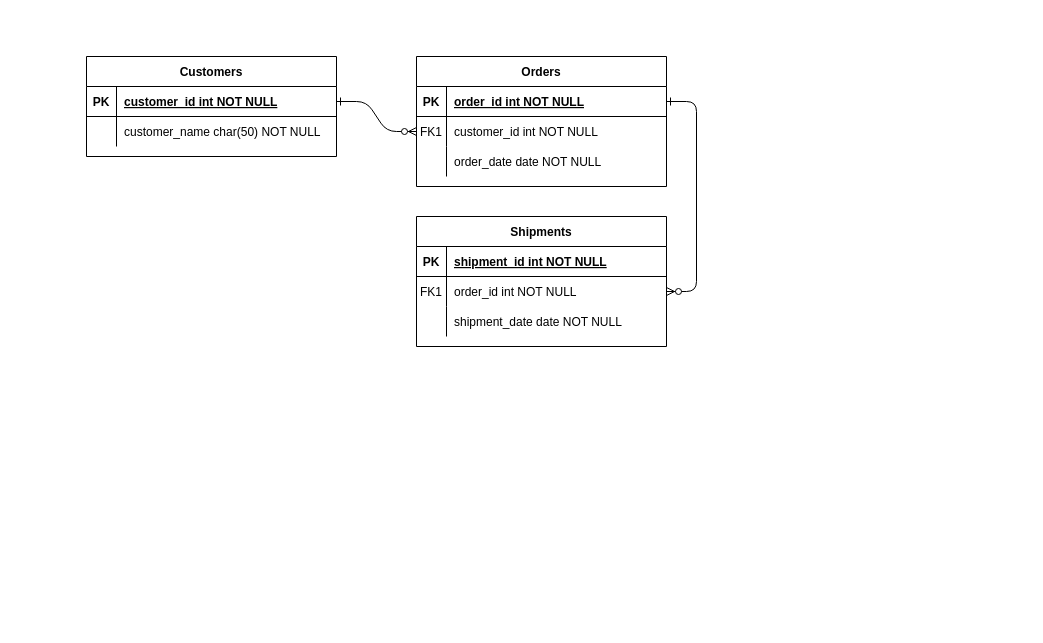
Above: Untitled Diagram.drawio in dsnqHuy/markdown-cheatsheet (draw.io), before the change. Source tidied: cells renumbered, new cells numbered last; positions are measured from the earlier drawing's top-left corner, leaving out a move shared by most shapes. Both pictures are drawn from the tidied source at 100%, with x=0, y=0 at pixel (86, 56).
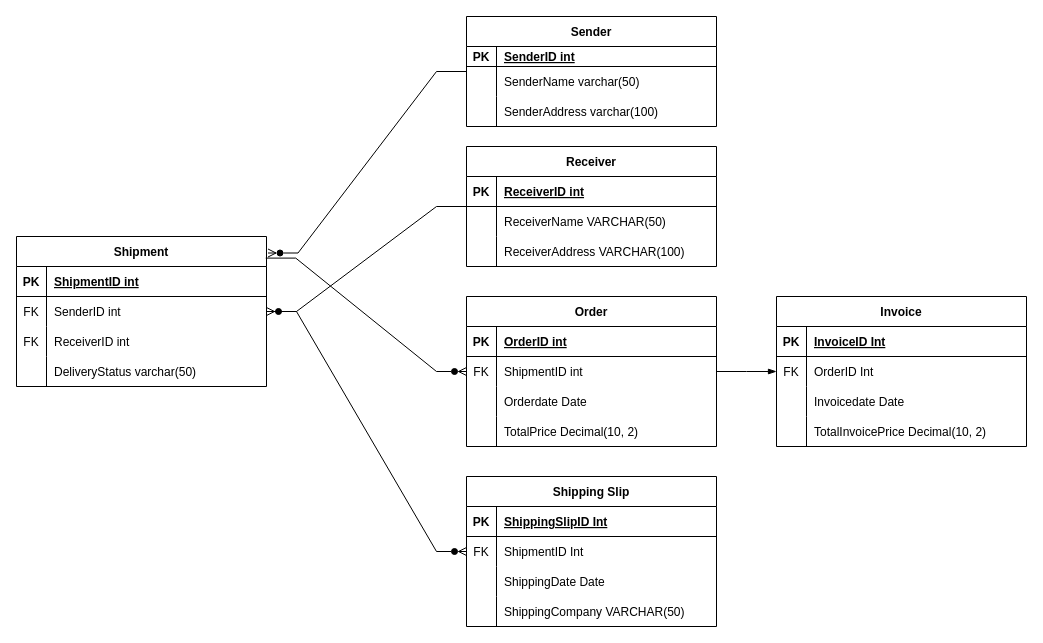
The same diagram, later.

Unchanged cells that the change refers to:
```xml
<mxCell id="15" style="shape=partialRectangle;fillColor=none;top=0;left=0;right=0;bottom=1;" parent="14" vertex="1">
  <mxGeometry y="30" width="250" height="30" as="geometry" />
</mxCell>
<mxCell id="18" style="shape=partialRectangle;fillColor=none;points=[[0,0.5],[1,0.5]];portConstraint=eastwest;top=0;left=0;right=0;bottom=0;" parent="14" vertex="1">
  <mxGeometry y="60" width="250" height="30" as="geometry" />
</mxCell>
<mxCell id="21" style="shape=partialRectangle;fillColor=none;top=0;left=0;right=0;bottom=0;" parent="14" vertex="1">
  <mxGeometry y="90" width="250" height="30" as="geometry" />
</mxCell>
<mxCell id="25" style="shape=partialRectangle;fillColor=none;points=[[0,0.5],[1,0.5]];portConstraint=eastwest;top=0;left=0;right=0;bottom=1;" parent="24" vertex="1">
  <mxGeometry y="30" width="250" height="30" as="geometry" />
</mxCell>
<mxCell id="28" style="shape=partialRectangle;fillColor=none;top=0;left=0;right=0;bottom=0;" parent="24" vertex="1">
  <mxGeometry y="60" width="250" height="30" as="geometry" />
</mxCell>
```

The edit, as a diff of the source:
```diff
@@
-    <mxCell id="2" style="edgeStyle=entityRelationEdgeStyle;endArrow=ERzeroToMany;startArrow=ERone;endFill=1;startFill=0;" parent="1" edge="1" source="25" target="8">
-      <mxGeometry relative="1" as="geometry" />
-    </mxCell>
-    <mxCell id="3" style="edgeStyle=entityRelationEdgeStyle;endArrow=ERzeroToMany;startArrow=ERone;endFill=1;startFill=0;" parent="1" edge="1" source="5" target="18">
-      <mxGeometry relative="1" as="geometry" />
-    </mxCell>
-    <mxCell id="4" value="Orders" style="shape=table;startSize=30;childLayout=tableLayout;rowLines=0;fontStyle=1;align=center;" parent="1" vertex="1">
-      <mxGeometry x="330" width="250" height="130" as="geometry" />
+    <mxCell id="4" value="Sender" style="shape=table;startSize=30;childLayout=tableLayout;rowLines=0;fontStyle=1;align=center;" parent="1" vertex="1">
+      <mxGeometry x="380" y="-40" width="250" height="110" as="geometry" />
     </mxCell>
     <mxCell id="5" style="shape=partialRectangle;fillColor=none;points=[[0,0.5],[1,0.5]];portConstraint=eastwest;top=0;left=0;right=0;bottom=1;" parent="4" vertex="1">
-      <mxGeometry y="30" width="250" height="30" as="geometry" />
+      <mxGeometry y="30" width="250" height="20" as="geometry" />
     </mxCell>
     <mxCell id="6" value="PK" style="shape=partialRectangle;overflow=hidden;fillColor=none;top=0;left=0;bottom=0;right=0;fontStyle=1;" parent="5" vertex="1">
-      <mxGeometry width="30" height="30" as="geometry" />
+      <mxGeometry width="30" height="20" as="geometry" />
     </mxCell>
-    <mxCell id="7" value="order_id int NOT NULL " style="shape=partialRectangle;overflow=hidden;fillColor=none;top=0;left=0;bottom=0;right=0;align=left;spacingLeft=6;fontStyle=5;" parent="5" vertex="1">
-      <mxGeometry x="30" width="220" height="30" as="geometry" />
+    <mxCell id="7" value="SenderID int" style="shape=partialRectangle;overflow=hidden;fillColor=none;top=0;left=0;bottom=0;right=0;align=left;spacingLeft=6;fontStyle=5;" parent="5" vertex="1">
+      <mxGeometry x="30" width="220" height="20" as="geometry" />
     </mxCell>
     <mxCell id="8" style="shape=partialRectangle;fillColor=none;points=[[0,0.5],[1,0.5]];portConstraint=eastwest;top=0;left=0;right=0;bottom=0;" parent="4" vertex="1">
-      <mxGeometry y="60" width="250" height="30" as="geometry" />
+      <mxGeometry y="50" width="250" height="30" as="geometry" />
     </mxCell>
-    <mxCell id="9" value="FK1" style="shape=partialRectangle;overflow=hidden;fillColor=none;top=0;left=0;bottom=0;right=0;" parent="8" vertex="1">
+    <mxCell id="9" style="shape=partialRectangle;overflow=hidden;fillColor=none;top=0;left=0;bottom=0;right=0;" parent="8" vertex="1">
       <mxGeometry width="30" height="30" as="geometry" />
     </mxCell>
-    <mxCell id="10" value="customer_id int NOT NULL" style="shape=partialRectangle;overflow=hidden;fillColor=none;top=0;left=0;bottom=0;right=0;align=left;spacingLeft=6;" parent="8" vertex="1">
+    <mxCell id="10" value="SenderName varchar(50)" style="shape=partialRectangle;overflow=hidden;fillColor=none;top=0;left=0;bottom=0;right=0;align=left;spacingLeft=6;" parent="8" vertex="1">
       <mxGeometry x="30" width="220" height="30" as="geometry" />
     </mxCell>
     <mxCell id="11" style="shape=partialRectangle;fillColor=none;top=0;left=0;right=0;bottom=0;" parent="4" vertex="1">
-      <mxGeometry y="90" width="250" height="30" as="geometry" />
+      <mxGeometry y="80" width="250" height="30" as="geometry" />
     </mxCell>
@@
-    <mxCell id="13" value="order_date date NOT NULL" style="shape=partialRectangle;overflow=hidden;fillColor=none;top=0;left=0;bottom=0;right=0;align=left;spacingLeft=6;" parent="11" vertex="1">
+    <mxCell id="13" value="SenderAddress varchar(100)" style="shape=partialRectangle;overflow=hidden;fillColor=none;top=0;left=0;bottom=0;right=0;align=left;spacingLeft=6;" parent="11" vertex="1">
       <mxGeometry x="30" width="220" height="30" as="geometry" />
     </mxCell>
-    <mxCell id="14" value="Shipments" style="shape=table;startSize=30;childLayout=tableLayout;rowLines=0;fontStyle=1;align=center;" parent="1" vertex="1">
-      <mxGeometry x="330" y="160" width="250" height="130" as="geometry" />
+    <mxCell id="14" value="Receiver" style="shape=table;startSize=30;childLayout=tableLayout;rowLines=0;fontStyle=1;align=center;" parent="1" vertex="1">
+      <mxGeometry x="380" y="90" width="250" height="120" as="geometry" />
     </mxCell>
@@
-    <mxCell id="17" value="shipment_id int NOT NULL " style="shape=partialRectangle;overflow=hidden;fillColor=none;top=0;left=0;bottom=0;right=0;align=left;spacingLeft=6;fontStyle=5;" parent="15" vertex="1">
+    <mxCell id="17" value="ReceiverID int" style="shape=partialRectangle;overflow=hidden;fillColor=none;top=0;left=0;bottom=0;right=0;align=left;spacingLeft=6;fontStyle=5;" parent="15" vertex="1">
       <mxGeometry x="30" width="220" height="30" as="geometry" />
     </mxCell>
@@
-    <mxCell id="19" value="FK1" style="shape=partialRectangle;overflow=hidden;fillColor=none;top=0;left=0;bottom=0;right=0;" parent="18" vertex="1">
+    <mxCell id="19" style="shape=partialRectangle;overflow=hidden;fillColor=none;top=0;left=0;bottom=0;right=0;" parent="18" vertex="1">
       <mxGeometry width="30" height="30" as="geometry" />
     </mxCell>
-    <mxCell id="20" value="order_id int NOT NULL" style="shape=partialRectangle;overflow=hidden;fillColor=none;top=0;left=0;bottom=0;right=0;align=left;spacingLeft=6;" parent="18" vertex="1">
+    <mxCell id="20" value="ReceiverName VARCHAR(50)" style="shape=partialRectangle;overflow=hidden;fillColor=none;top=0;left=0;bottom=0;right=0;align=left;spacingLeft=6;" parent="18" vertex="1">
       <mxGeometry x="30" width="220" height="30" as="geometry" />
     </mxCell>
@@
-    <mxCell id="23" value="shipment_date date NOT NULL" style="shape=partialRectangle;overflow=hidden;fillColor=none;top=0;left=0;bottom=0;right=0;align=left;spacingLeft=6;" parent="21" vertex="1">
+    <mxCell id="23" value="ReceiverAddress VARCHAR(100)" style="shape=partialRectangle;overflow=hidden;fillColor=none;top=0;left=0;bottom=0;right=0;align=left;spacingLeft=6;" parent="21" vertex="1">
       <mxGeometry x="30" width="220" height="30" as="geometry" />
     </mxCell>
-    <mxCell id="24" value="Customers" style="shape=table;startSize=30;childLayout=tableLayout;rowLines=0;fontStyle=1;align=center;" parent="1" vertex="1">
-      <mxGeometry width="250" height="100" as="geometry" />
+    <mxCell id="24" value="Shipment" style="shape=table;startSize=30;childLayout=tableLayout;rowLines=0;fontStyle=1;align=center;" parent="1" vertex="1">
+      <mxGeometry x="-70" y="180" width="250" height="150" as="geometry" />
     </mxCell>
@@
-    <mxCell id="27" value="customer_id int NOT NULL " style="shape=partialRectangle;overflow=hidden;fillColor=none;top=0;left=0;bottom=0;right=0;align=left;spacingLeft=6;fontStyle=5;" parent="25" vertex="1">
+    <mxCell id="27" value="ShipmentID int" style="shape=partialRectangle;overflow=hidden;fillColor=none;top=0;left=0;bottom=0;right=0;align=left;spacingLeft=6;fontStyle=5;" parent="25" vertex="1">
       <mxGeometry x="30" width="220" height="30" as="geometry" />
     </mxCell>
@@
-    <mxCell id="29" style="shape=partialRectangle;overflow=hidden;fillColor=none;top=0;left=0;bottom=0;right=0;" parent="28" vertex="1">
+    <mxCell id="29" value="FK" style="shape=partialRectangle;overflow=hidden;fillColor=none;top=0;left=0;bottom=0;right=0;" parent="28" vertex="1">
       <mxGeometry width="30" height="30" as="geometry" />
     </mxCell>
-    <mxCell id="30" value="customer_name char(50) NOT NULL" style="shape=partialRectangle;overflow=hidden;fillColor=none;top=0;left=0;bottom=0;right=0;align=left;spacingLeft=6;" parent="28" vertex="1">
+    <mxCell id="30" value="SenderID int " style="shape=partialRectangle;overflow=hidden;fillColor=none;top=0;left=0;bottom=0;right=0;align=left;spacingLeft=6;" parent="28" vertex="1">
       <mxGeometry x="30" width="220" height="30" as="geometry" />
     </mxCell>
+    <mxCell id="31" style="shape=partialRectangle;fillColor=none;top=0;left=0;right=0;bottom=0;" parent="24" vertex="1">
+      <mxGeometry y="90" width="250" height="30" as="geometry" />
+    </mxCell>
+    <mxCell id="32" value="FK" style="shape=partialRectangle;overflow=hidden;fillColor=none;top=0;left=0;bottom=0;right=0;" parent="31" vertex="1">
+      <mxGeometry width="30" height="30" as="geometry" />
+    </mxCell>
+    <mxCell id="33" value="ReceiverID int" style="shape=partialRectangle;overflow=hidden;fillColor=none;top=0;left=0;bottom=0;right=0;align=left;spacingLeft=6;" parent="31" vertex="1">
+      <mxGeometry x="30" width="220" height="30" as="geometry" />
+    </mxCell>
+    <mxCell id="34" style="shape=partialRectangle;fillColor=none;top=0;left=0;right=0;bottom=0;" parent="24" vertex="1">
+      <mxGeometry y="120" width="250" height="30" as="geometry" />
+    </mxCell>
+    <mxCell id="35" style="shape=partialRectangle;overflow=hidden;fillColor=none;top=0;left=0;bottom=0;right=0;" parent="34" vertex="1">
+      <mxGeometry width="30" height="30" as="geometry" />
+    </mxCell>
+    <mxCell id="36" value="DeliveryStatus varchar(50)" style="shape=partialRectangle;overflow=hidden;fillColor=none;top=0;left=0;bottom=0;right=0;align=left;spacingLeft=6;" parent="34" vertex="1">
+      <mxGeometry x="30" width="220" height="30" as="geometry" />
+    </mxCell>
+    <mxCell id="37" value="Order" style="shape=table;startSize=30;childLayout=tableLayout;rowLines=0;fontStyle=1;align=center;" parent="1" vertex="1">
+      <mxGeometry x="380" y="240" width="250" height="150" as="geometry" />
+    </mxCell>
+    <mxCell id="38" style="shape=partialRectangle;fillColor=none;top=0;left=0;right=0;bottom=1;" parent="37" vertex="1">
+      <mxGeometry y="30" width="250" height="30" as="geometry" />
+    </mxCell>
+    <mxCell id="39" value="PK" style="shape=partialRectangle;overflow=hidden;fillColor=none;top=0;left=0;bottom=0;right=0;fontStyle=1;" parent="38" vertex="1">
+      <mxGeometry width="30" height="30" as="geometry" />
+    </mxCell>
+    <mxCell id="40" value="OrderID int" style="shape=partialRectangle;overflow=hidden;fillColor=none;top=0;left=0;bottom=0;right=0;align=left;spacingLeft=6;fontStyle=5;" parent="38" vertex="1">
+      <mxGeometry x="30" width="220" height="30" as="geometry" />
+    </mxCell>
+    <mxCell id="41" style="shape=partialRectangle;fillColor=none;top=0;left=0;right=0;bottom=0;" parent="37" vertex="1">
+      <mxGeometry y="60" width="250" height="30" as="geometry" />
+    </mxCell>
+    <mxCell id="42" value="FK" style="shape=partialRectangle;overflow=hidden;fillColor=none;top=0;left=0;bottom=0;right=0;" parent="41" vertex="1">
+      <mxGeometry width="30" height="30" as="geometry" />
+    </mxCell>
+    <mxCell id="43" value="ShipmentID int" style="shape=partialRectangle;overflow=hidden;fillColor=none;top=0;left=0;bottom=0;right=0;align=left;spacingLeft=6;" parent="41" vertex="1">
+      <mxGeometry x="30" width="220" height="30" as="geometry" />
+    </mxCell>
+    <mxCell id="44" style="shape=partialRectangle;fillColor=none;top=0;left=0;right=0;bottom=0;" parent="37" vertex="1">
+      <mxGeometry y="90" width="250" height="30" as="geometry" />
+    </mxCell>
+    <mxCell id="45" style="shape=partialRectangle;overflow=hidden;fillColor=none;top=0;left=0;bottom=0;right=0;" parent="44" vertex="1">
+      <mxGeometry width="30" height="30" as="geometry" />
+    </mxCell>
+    <mxCell id="46" value="Orderdate Date" style="shape=partialRectangle;overflow=hidden;fillColor=none;top=0;left=0;bottom=0;right=0;align=left;spacingLeft=6;" parent="44" vertex="1">
+      <mxGeometry x="30" width="220" height="30" as="geometry" />
+    </mxCell>
+    <mxCell id="47" style="shape=partialRectangle;fillColor=none;top=0;left=0;right=0;bottom=0;" parent="37" vertex="1">
+      <mxGeometry y="120" width="250" height="30" as="geometry" />
+    </mxCell>
+    <mxCell id="48" style="shape=partialRectangle;overflow=hidden;fillColor=none;top=0;left=0;bottom=0;right=0;" parent="47" vertex="1">
+      <mxGeometry width="30" height="30" as="geometry" />
+    </mxCell>
+    <mxCell id="49" value="TotalPrice Decimal(10, 2)" style="shape=partialRectangle;overflow=hidden;fillColor=none;top=0;left=0;bottom=0;right=0;align=left;spacingLeft=6;" parent="47" vertex="1">
+      <mxGeometry x="30" width="220" height="30" as="geometry" />
+    </mxCell>
+    <mxCell id="50" value="Invoice" style="shape=table;startSize=30;childLayout=tableLayout;rowLines=0;fontStyle=1;align=center;" parent="1" vertex="1">
+      <mxGeometry x="690" y="240" width="250" height="150" as="geometry" />
+    </mxCell>
+    <mxCell id="51" style="shape=partialRectangle;fillColor=none;top=0;left=0;right=0;bottom=1;" parent="50" vertex="1">
+      <mxGeometry y="30" width="250" height="30" as="geometry" />
+    </mxCell>
+    <mxCell id="52" value="PK" style="shape=partialRectangle;overflow=hidden;fillColor=none;top=0;left=0;bottom=0;right=0;fontStyle=1;" parent="51" vertex="1">
+      <mxGeometry width="30" height="30" as="geometry" />
+    </mxCell>
+    <mxCell id="53" value="InvoiceID Int" style="shape=partialRectangle;overflow=hidden;fillColor=none;top=0;left=0;bottom=0;right=0;align=left;spacingLeft=6;fontStyle=5;" parent="51" vertex="1">
+      <mxGeometry x="30" width="220" height="30" as="geometry" />
+    </mxCell>
+    <mxCell id="54" style="shape=partialRectangle;fillColor=none;top=0;left=0;right=0;bottom=0;" parent="50" vertex="1">
+      <mxGeometry y="60" width="250" height="30" as="geometry" />
+    </mxCell>
+    <mxCell id="55" value="FK" style="shape=partialRectangle;overflow=hidden;fillColor=none;top=0;left=0;bottom=0;right=0;" parent="54" vertex="1">
+      <mxGeometry width="30" height="30" as="geometry" />
+    </mxCell>
+    <mxCell id="56" value="OrderID Int" style="shape=partialRectangle;overflow=hidden;fillColor=none;top=0;left=0;bottom=0;right=0;align=left;spacingLeft=6;" parent="54" vertex="1">
+      <mxGeometry x="30" width="220" height="30" as="geometry" />
+    </mxCell>
+    <mxCell id="57" style="shape=partialRectangle;fillColor=none;top=0;left=0;right=0;bottom=0;" parent="50" vertex="1">
+      <mxGeometry y="90" width="250" height="30" as="geometry" />
+    </mxCell>
+    <mxCell id="58" style="shape=partialRectangle;overflow=hidden;fillColor=none;top=0;left=0;bottom=0;right=0;" parent="57" vertex="1">
+      <mxGeometry width="30" height="30" as="geometry" />
+    </mxCell>
+    <mxCell id="59" value="Invoicedate Date" style="shape=partialRectangle;overflow=hidden;fillColor=none;top=0;left=0;bottom=0;right=0;align=left;spacingLeft=6;" parent="57" vertex="1">
+      <mxGeometry x="30" width="220" height="30" as="geometry" />
+    </mxCell>
+    <mxCell id="60" style="shape=partialRectangle;fillColor=none;top=0;left=0;right=0;bottom=0;" parent="50" vertex="1">
+      <mxGeometry y="120" width="250" height="30" as="geometry" />
+    </mxCell>
+    <mxCell id="61" style="shape=partialRectangle;overflow=hidden;fillColor=none;top=0;left=0;bottom=0;right=0;" parent="60" vertex="1">
+      <mxGeometry width="30" height="30" as="geometry" />
+    </mxCell>
+    <mxCell id="62" value="TotalInvoicePrice Decimal(10, 2)" style="shape=partialRectangle;overflow=hidden;fillColor=none;top=0;left=0;bottom=0;right=0;align=left;spacingLeft=6;" parent="60" vertex="1">
+      <mxGeometry x="30" width="220" height="30" as="geometry" />
+    </mxCell>
+    <mxCell id="63" value="Shipping Slip" style="shape=table;startSize=30;childLayout=tableLayout;rowLines=0;fontStyle=1;align=center;" parent="1" vertex="1">
+      <mxGeometry x="380" y="420" width="250" height="150" as="geometry" />
+    </mxCell>
+    <mxCell id="64" style="shape=partialRectangle;fillColor=none;top=0;left=0;right=0;bottom=1;" parent="63" vertex="1">
+      <mxGeometry y="30" width="250" height="30" as="geometry" />
+    </mxCell>
+    <mxCell id="65" value="PK" style="shape=partialRectangle;overflow=hidden;fillColor=none;top=0;left=0;bottom=0;right=0;fontStyle=1;" parent="64" vertex="1">
+      <mxGeometry width="30" height="30" as="geometry" />
+    </mxCell>
+    <mxCell id="66" value="ShippingSlipID Int" style="shape=partialRectangle;overflow=hidden;fillColor=none;top=0;left=0;bottom=0;right=0;align=left;spacingLeft=6;fontStyle=5;" parent="64" vertex="1">
+      <mxGeometry x="30" width="220" height="30" as="geometry" />
+    </mxCell>
+    <mxCell id="67" style="shape=partialRectangle;fillColor=none;top=0;left=0;right=0;bottom=0;" parent="63" vertex="1">
+      <mxGeometry y="60" width="250" height="30" as="geometry" />
+    </mxCell>
+    <mxCell id="68" value="FK" style="shape=partialRectangle;overflow=hidden;fillColor=none;top=0;left=0;bottom=0;right=0;" parent="67" vertex="1">
+      <mxGeometry width="30" height="30" as="geometry" />
+    </mxCell>
+    <mxCell id="69" value="ShipmentID Int" style="shape=partialRectangle;overflow=hidden;fillColor=none;top=0;left=0;bottom=0;right=0;align=left;spacingLeft=6;" parent="67" vertex="1">
+      <mxGeometry x="30" width="220" height="30" as="geometry" />
+    </mxCell>
+    <mxCell id="70" style="shape=partialRectangle;fillColor=none;top=0;left=0;right=0;bottom=0;" parent="63" vertex="1">
+      <mxGeometry y="90" width="250" height="30" as="geometry" />
+    </mxCell>
+    <mxCell id="71" style="shape=partialRectangle;overflow=hidden;fillColor=none;top=0;left=0;bottom=0;right=0;" parent="70" vertex="1">
+      <mxGeometry width="30" height="30" as="geometry" />
+    </mxCell>
+    <mxCell id="72" value="ShippingDate Date" style="shape=partialRectangle;overflow=hidden;fillColor=none;top=0;left=0;bottom=0;right=0;align=left;spacingLeft=6;" parent="70" vertex="1">
+      <mxGeometry x="30" width="220" height="30" as="geometry" />
+    </mxCell>
+    <mxCell id="73" style="shape=partialRectangle;fillColor=none;top=0;left=0;right=0;bottom=0;" parent="63" vertex="1">
+      <mxGeometry y="120" width="250" height="30" as="geometry" />
+    </mxCell>
+    <mxCell id="74" style="shape=partialRectangle;overflow=hidden;fillColor=none;top=0;left=0;bottom=0;right=0;" parent="73" vertex="1">
+      <mxGeometry width="30" height="30" as="geometry" />
+    </mxCell>
+    <mxCell id="75" value="ShippingCompany VARCHAR(50)" style="shape=partialRectangle;overflow=hidden;fillColor=none;top=0;left=0;bottom=0;right=0;align=left;spacingLeft=6;" parent="73" vertex="1">
+      <mxGeometry x="30" width="220" height="30" as="geometry" />
+    </mxCell>
+    <mxCell id="76" style="edgeStyle=entityRelationEdgeStyle;fontSize=12;html=1;endArrow=manyOptional;endFill=1;startArrow=none;rounded=0;startFill=0;entryX=1.006;entryY=0.11;entryDx=0;entryDy=0;entryPerimeter=0;" parent="1" edge="1" source="4" target="24">
+      <mxGeometry relative="1" as="geometry">
+        <Array as="points">
+          <mxPoint x="320" y="90" />
+        </Array>
+      </mxGeometry>
+    </mxCell>
+    <mxCell id="77" style="edgeStyle=entityRelationEdgeStyle;fontSize=12;html=1;endArrow=manyOptional;endFill=1;startArrow=none;rounded=0;startFill=0;" parent="1" edge="1" source="14" target="24">
+      <mxGeometry relative="1" as="geometry" />
+    </mxCell>
+    <mxCell id="78" style="edgeStyle=entityRelationEdgeStyle;fontSize=12;html=1;endArrow=manyOptional;endFill=1;startArrow=none;rounded=0;startFill=0;exitX=0.997;exitY=0.144;exitDx=0;exitDy=0;exitPerimeter=0;" parent="1" edge="1" source="24" target="37">
+      <mxGeometry relative="1" as="geometry" />
+    </mxCell>
+    <mxCell id="79" style="edgeStyle=entityRelationEdgeStyle;fontSize=12;html=1;endArrow=blockThin;endFill=1;startArrow=none;rounded=0;startFill=0;" parent="1" edge="1" source="37" target="50">
+      <mxGeometry relative="1" as="geometry" />
+    </mxCell>
+    <mxCell id="80" style="edgeStyle=entityRelationEdgeStyle;fontSize=12;html=1;endArrow=manyOptional;endFill=1;startArrow=none;rounded=0;startFill=0;" parent="1" edge="1" source="24" target="63">
+      <mxGeometry relative="1" as="geometry" />
+    </mxCell>
```
